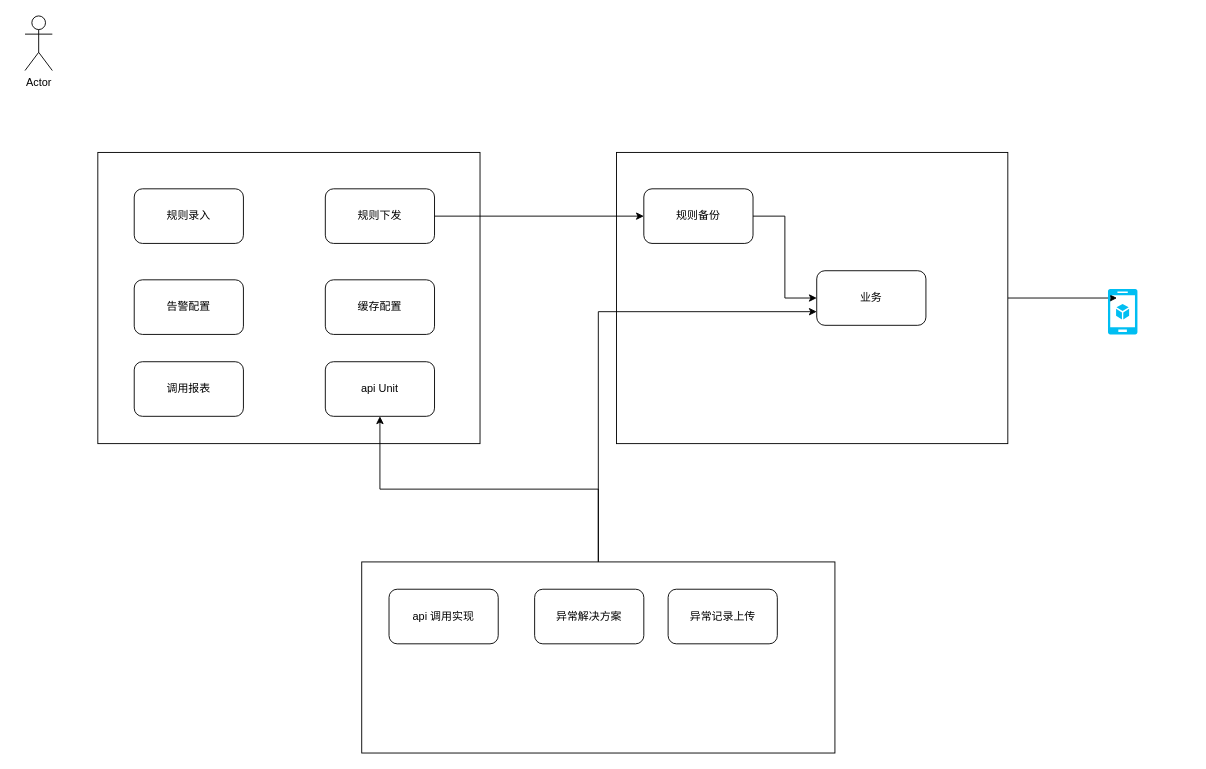
Above: dfire/大盘鸡.drawio in SurpriseXiong/draw (draw.io), before the change. Source tidied: cells renumbered, new cells numbered last; positions are measured from the earlier drawing's top-left corner, leaving out a move shared by most shapes. Both pictures are drawn from the tidied source at 91%, with x=0, y=0 at pixel (25, 15).
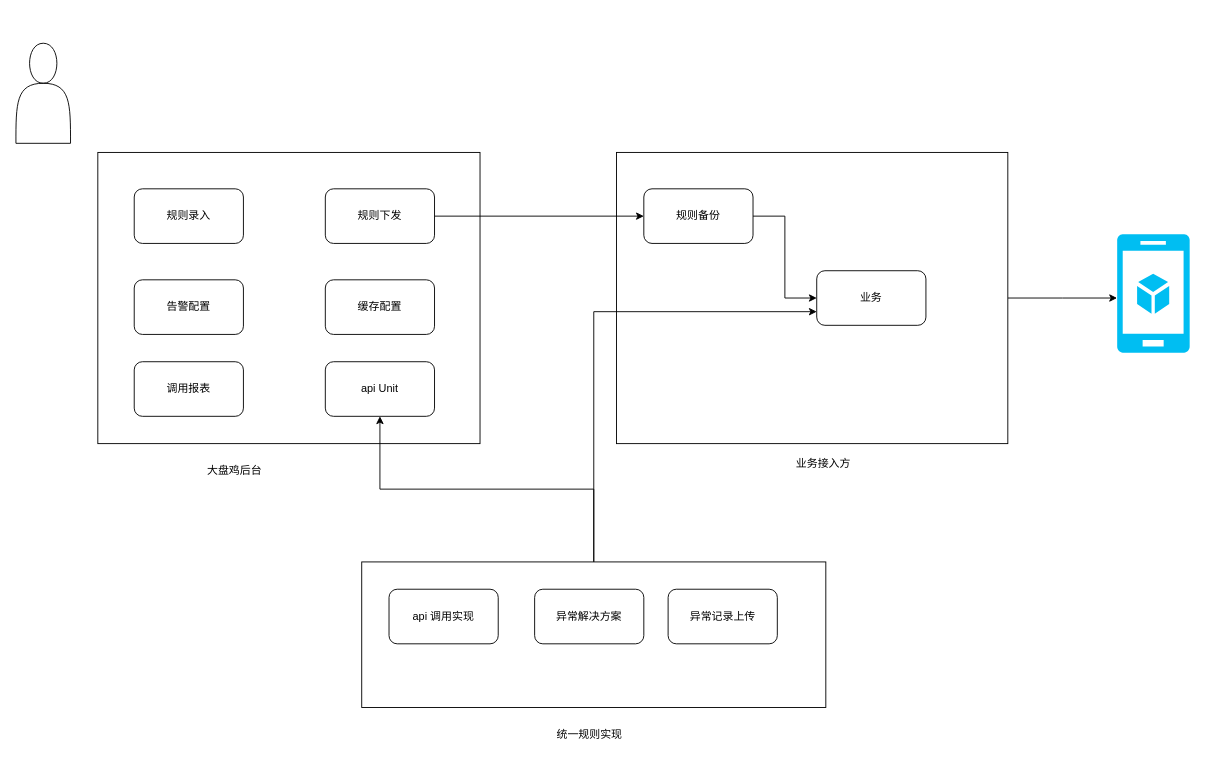
After the change.

Unchanged cells that the change refers to:
```xml
<mxCell id="3" style="rounded=0;whiteSpace=wrap;html=1;" parent="1" vertex="1">
  <mxGeometry x="650" y="150" width="430" height="320" as="geometry" />
</mxCell>
```

Diff of the diagram source:
```diff
@@
-    <mxCell id="2" style="edgeStyle=orthogonalEdgeStyle;rounded=0;jettySize=auto;html=1;entryX=0.308;entryY=0.2;entryDx=0;entryDy=0;entryPerimeter=0;" parent="1" edge="1" source="3" target="21">
-      <mxGeometry relative="1" as="geometry" />
-    </mxCell>
+    <mxCell id="23" style="edgeStyle=orthogonalEdgeStyle;rounded=0;jettySize=auto;html=1;" parent="1" edge="1" source="3">
+      <mxGeometry relative="1" as="geometry">
+        <mxPoint x="1200" y="310" as="targetPoint" />
+      </mxGeometry>
+    </mxCell>
@@
-    <mxCell id="5" value="Actor" style="shape=umlActor;verticalLabelPosition=bottom;labelBackgroundColor=#ffffff;verticalAlign=top;html=1;" parent="1" vertex="1">
-      <mxGeometry width="30" height="60" as="geometry" />
-    </mxCell>
@@
     <mxCell id="16" style="rounded=0;whiteSpace=wrap;html=1;" parent="1" vertex="1">
-      <mxGeometry x="370" y="600" width="520" height="210" as="geometry" />
+      <mxGeometry x="370" y="600" width="510" height="160" as="geometry" />
     </mxCell>
@@
     <mxCell id="21" style="verticalLabelPosition=bottom;html=1;verticalAlign=top;align=center;strokeColor=none;fillColor=#00BEF2;shape=mxgraph.azure.mobile_services;" parent="1" vertex="1">
-      <mxGeometry x="1190" y="300" width="32.5" height="50" as="geometry" />
+      <mxGeometry x="1200" y="240" width="80" height="130" as="geometry" />
     </mxCell>
@@
+    <mxCell id="24" style="shape=actor;whiteSpace=wrap;html=1;" parent="1" vertex="1">
+      <mxGeometry x="-10" y="30" width="60" height="110" as="geometry" />
+    </mxCell>
+    <mxCell id="25" value="大盘鸡后台" style="text;html=1;align=center;verticalAlign=middle;" parent="1" vertex="1">
+      <mxGeometry x="190" y="490" width="80" height="20" as="geometry" />
+    </mxCell>
+    <mxCell id="26" value="业务接入方" style="text;html=1;align=center;verticalAlign=middle;" parent="1" vertex="1">
+      <mxGeometry x="837" y="482" width="80" height="20" as="geometry" />
+    </mxCell>
+    <mxCell id="27" value="统一规则实现" style="text;html=1;align=center;verticalAlign=middle;" parent="1" vertex="1">
+      <mxGeometry x="575" y="780" width="90" height="20" as="geometry" />
+    </mxCell>
```
